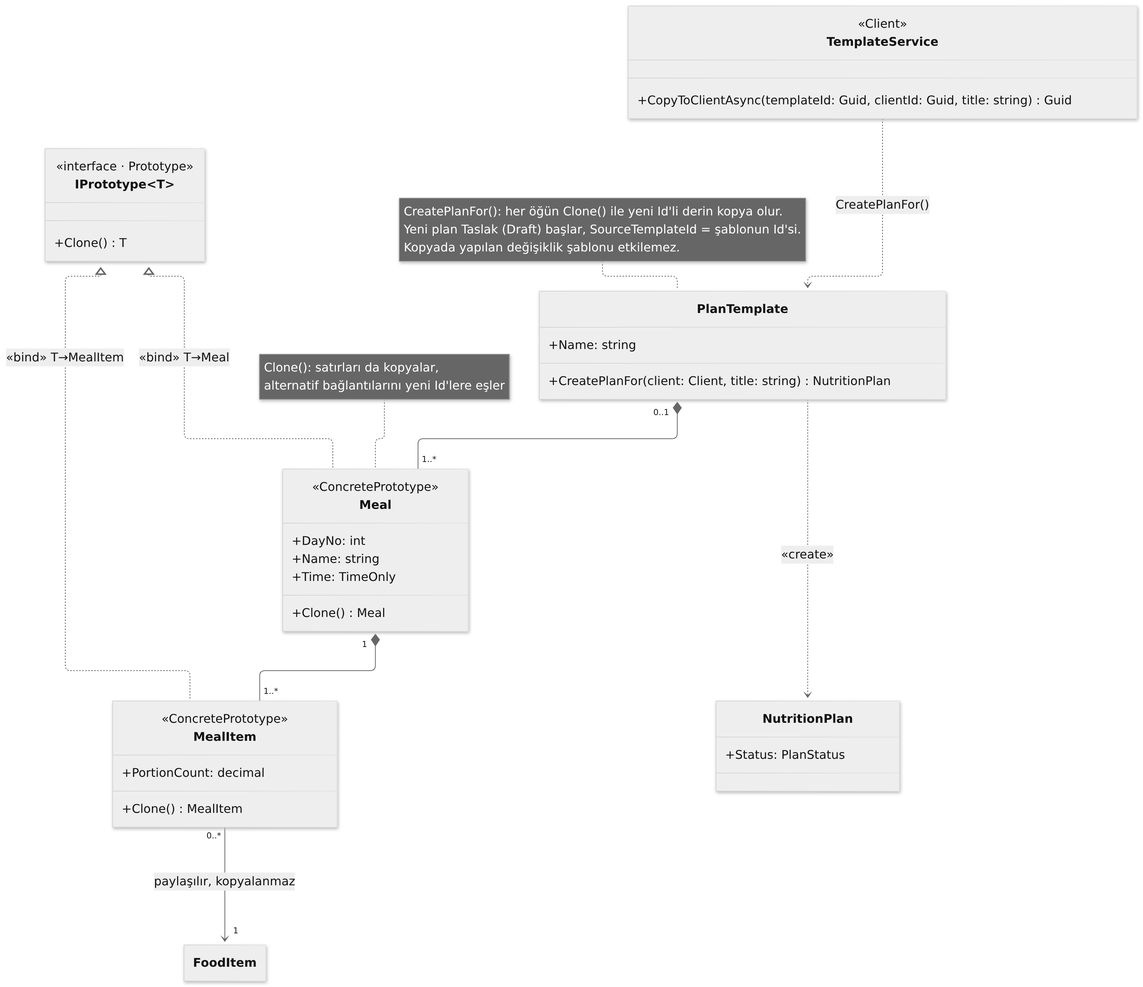
Earlier version of the Mermaid export docs/uml/png/p-4-prototype.png (Emmet47/diyetisyen-danisan-takip-sistemi). Its source is kept beside it as docs/uml/p-4-prototype.mmd. The source it was exported from:
```mermaid
classDiagram
direction TB
class TemplateService {
  <<Client>>
  +CopyToClientAsync(templateId: Guid, clientId: Guid, title: string) Guid
}
class IPrototype~T~ {
  <<interface · Prototype>>
  +Clone() T
}
class PlanTemplate {
  +Name: string
  +CreatePlanFor(client: Client, title: string) NutritionPlan
}
class Meal {
  <<ConcretePrototype>>
  +DayNo: int
  +Name: string
  +Time: TimeOnly
  +Clone() Meal
}
class MealItem {
  <<ConcretePrototype>>
  +PortionCount: decimal
  +Clone() MealItem
}
class NutritionPlan {
  +Status: PlanStatus
}
class FoodItem
IPrototype <|.. Meal : «bind» T→Meal
IPrototype <|.. MealItem : «bind» T→MealItem
PlanTemplate "0..1" *-- "1..*" Meal
Meal "1" *-- "1..*" MealItem
MealItem "0..*" --> "1" FoodItem : paylaşılır, kopyalanmaz
TemplateService ..> PlanTemplate : CreatePlanFor()
PlanTemplate ..> NutritionPlan : «create»
note for PlanTemplate "CreatePlanFor(): her öğün Clone() ile yeni Id'li derin kopya olur.<br>Yeni plan Taslak (Draft) başlar, SourceTemplateId = şablonun Id'si.<br>Kopyada yapılan değişiklik şablonu etkilemez."
note for Meal "Clone(): satırları da kopyalar,<br>alternatif bağlantılarını yeni Id'lere eşler"
```
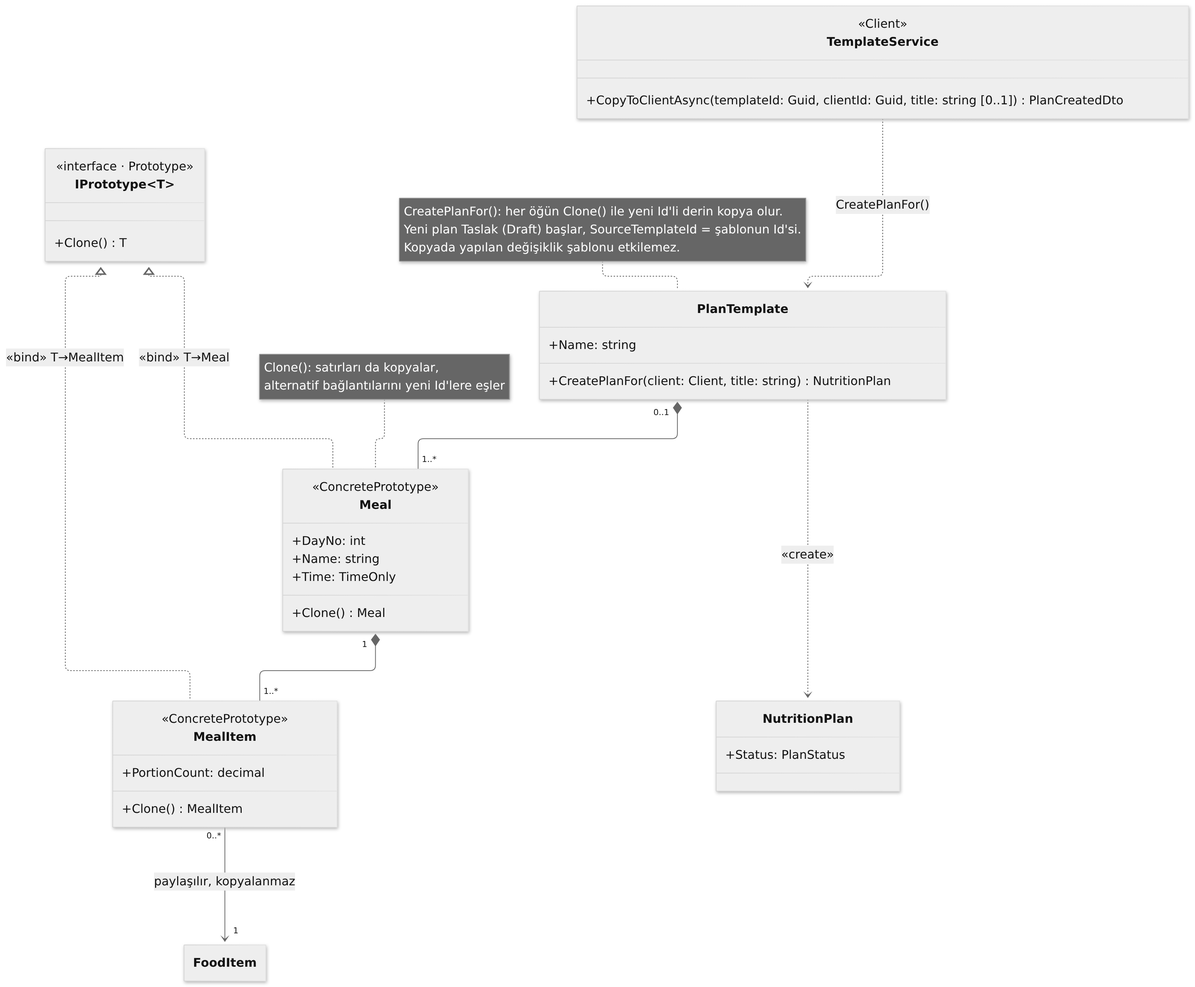
After the commit.

Diff of the diagram source:
```diff
@@ -2,7 +2,7 @@
 direction TB
 class TemplateService {
   <<Client>>
-  +CopyToClientAsync(templateId: Guid, clientId: Guid, title: string) Guid
+  +CopyToClientAsync(templateId: Guid, clientId: Guid, title: string [0..1]) PlanCreatedDto
 }
 class IPrototype~T~ {
   <<interface · Prototype>>
```
